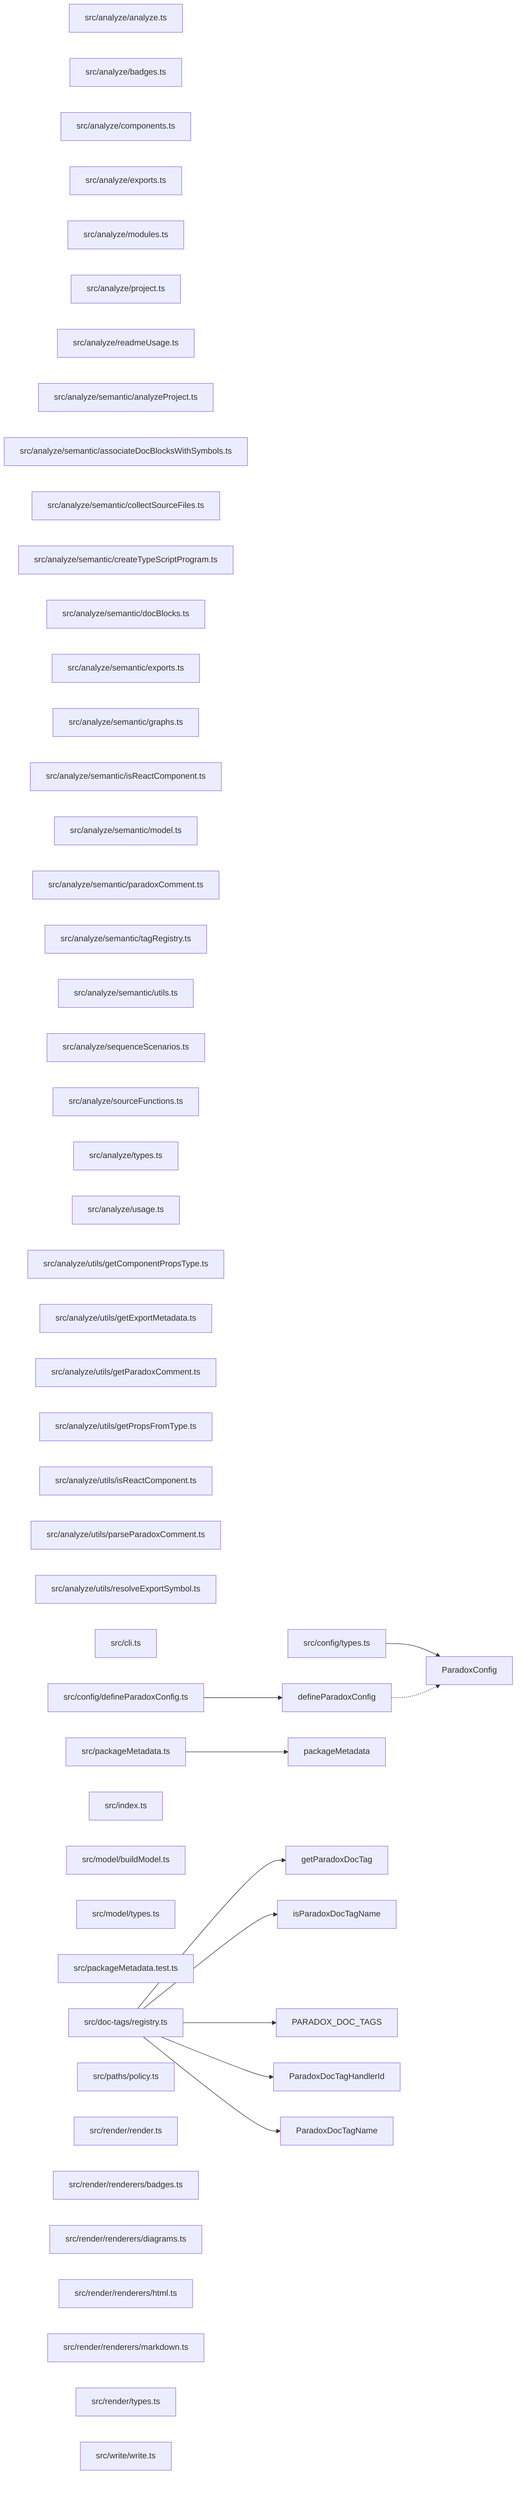
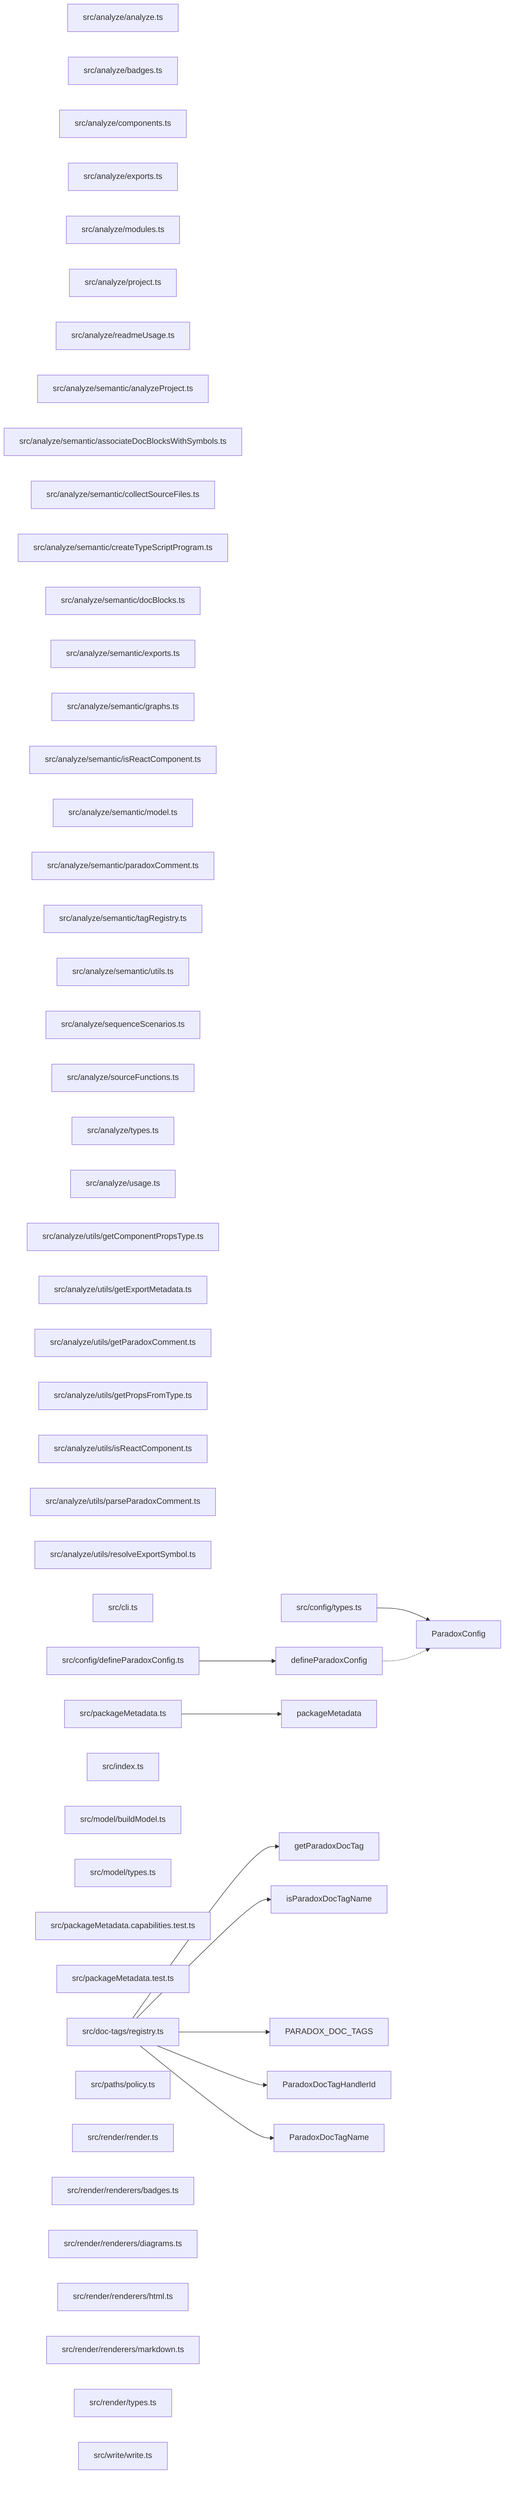
graph LR
  module_src_analyze_analyze_ts["src/analyze/analyze.ts"]
  module_src_analyze_badges_ts["src/analyze/badges.ts"]
  module_src_analyze_components_ts["src/analyze/components.ts"]
  module_src_analyze_exports_ts["src/analyze/exports.ts"]
  module_src_analyze_modules_ts["src/analyze/modules.ts"]
  module_src_analyze_project_ts["src/analyze/project.ts"]
  module_src_analyze_readmeUsage_ts["src/analyze/readmeUsage.ts"]
  module_src_analyze_semantic_analyzeProject_ts["src/analyze/semantic/analyzeProject.ts"]
  module_src_analyze_semantic_associateDocBlocksWithSymbols_ts["src/analyze/semantic/associateDocBlocksWithSymbols.ts"]
  module_src_analyze_semantic_collectSourceFiles_ts["src/analyze/semantic/collectSourceFiles.ts"]
  module_src_analyze_semantic_createTypeScriptProgram_ts["src/analyze/semantic/createTypeScriptProgram.ts"]
  module_src_analyze_semantic_docBlocks_ts["src/analyze/semantic/docBlocks.ts"]
  module_src_analyze_semantic_exports_ts["src/analyze/semantic/exports.ts"]
  module_src_analyze_semantic_graphs_ts["src/analyze/semantic/graphs.ts"]
  module_src_analyze_semantic_isReactComponent_ts["src/analyze/semantic/isReactComponent.ts"]
  module_src_analyze_semantic_model_ts["src/analyze/semantic/model.ts"]
  module_src_analyze_semantic_paradoxComment_ts["src/analyze/semantic/paradoxComment.ts"]
  module_src_analyze_semantic_tagRegistry_ts["src/analyze/semantic/tagRegistry.ts"]
  module_src_analyze_semantic_utils_ts["src/analyze/semantic/utils.ts"]
  module_src_analyze_sequenceScenarios_ts["src/analyze/sequenceScenarios.ts"]
  module_src_analyze_sourceFunctions_ts["src/analyze/sourceFunctions.ts"]
  module_src_analyze_types_ts["src/analyze/types.ts"]
  module_src_analyze_usage_ts["src/analyze/usage.ts"]
  module_src_analyze_utils_getComponentPropsType_ts["src/analyze/utils/getComponentPropsType.ts"]
  module_src_analyze_utils_getExportMetadata_ts["src/analyze/utils/getExportMetadata.ts"]
  module_src_analyze_utils_getParadoxComment_ts["src/analyze/utils/getParadoxComment.ts"]
  module_src_analyze_utils_getPropsFromType_ts["src/analyze/utils/getPropsFromType.ts"]
  module_src_analyze_utils_isReactComponent_ts["src/analyze/utils/isReactComponent.ts"]
  module_src_analyze_utils_parseParadoxComment_ts["src/analyze/utils/parseParadoxComment.ts"]
  module_src_analyze_utils_resolveExportSymbol_ts["src/analyze/utils/resolveExportSymbol.ts"]
  module_src_cli_ts["src/cli.ts"]
  module_src_config_defineParadoxConfig_ts["src/config/defineParadoxConfig.ts"]
  module_src_config_types_ts["src/config/types.ts"]
  module_src_doc_tags_registry_ts["src/doc-tags/registry.ts"]
  module_src_index_ts["src/index.ts"]
  module_src_model_buildModel_ts["src/model/buildModel.ts"]
  module_src_model_types_ts["src/model/types.ts"]
+   module_src_packageMetadata_capabilities_test_ts["src/packageMetadata.capabilities.test.ts"]
  module_src_packageMetadata_test_ts["src/packageMetadata.test.ts"]
  module_src_packageMetadata_ts["src/packageMetadata.ts"]
  module_src_paths_policy_ts["src/paths/policy.ts"]
  module_src_render_render_ts["src/render/render.ts"]
  module_src_render_renderers_badges_ts["src/render/renderers/badges.ts"]
  module_src_render_renderers_diagrams_ts["src/render/renderers/diagrams.ts"]
  module_src_render_renderers_html_ts["src/render/renderers/html.ts"]
  module_src_render_renderers_markdown_ts["src/render/renderers/markdown.ts"]
  module_src_render_types_ts["src/render/types.ts"]
  module_src_write_write_ts["src/write/write.ts"]
  export_defineParadoxConfig["defineParadoxConfig"]
  module_src_config_defineParadoxConfig_ts --> export_defineParadoxConfig
  export_defineParadoxConfig -.-> export_ParadoxConfig
  export_getParadoxDocTag["getParadoxDocTag"]
  module_src_doc_tags_registry_ts --> export_getParadoxDocTag
  export_isParadoxDocTagName["isParadoxDocTagName"]
  module_src_doc_tags_registry_ts --> export_isParadoxDocTagName
  export_packageMetadata["packageMetadata"]
  module_src_packageMetadata_ts --> export_packageMetadata
  export_PARADOX_DOC_TAGS["PARADOX_DOC_TAGS"]
  module_src_doc_tags_registry_ts --> export_PARADOX_DOC_TAGS
  export_ParadoxConfig["ParadoxConfig"]
  module_src_config_types_ts --> export_ParadoxConfig
  export_ParadoxDocTagHandlerId["ParadoxDocTagHandlerId"]
  module_src_doc_tags_registry_ts --> export_ParadoxDocTagHandlerId
  export_ParadoxDocTagName["ParadoxDocTagName"]
  module_src_doc_tags_registry_ts --> export_ParadoxDocTagName
